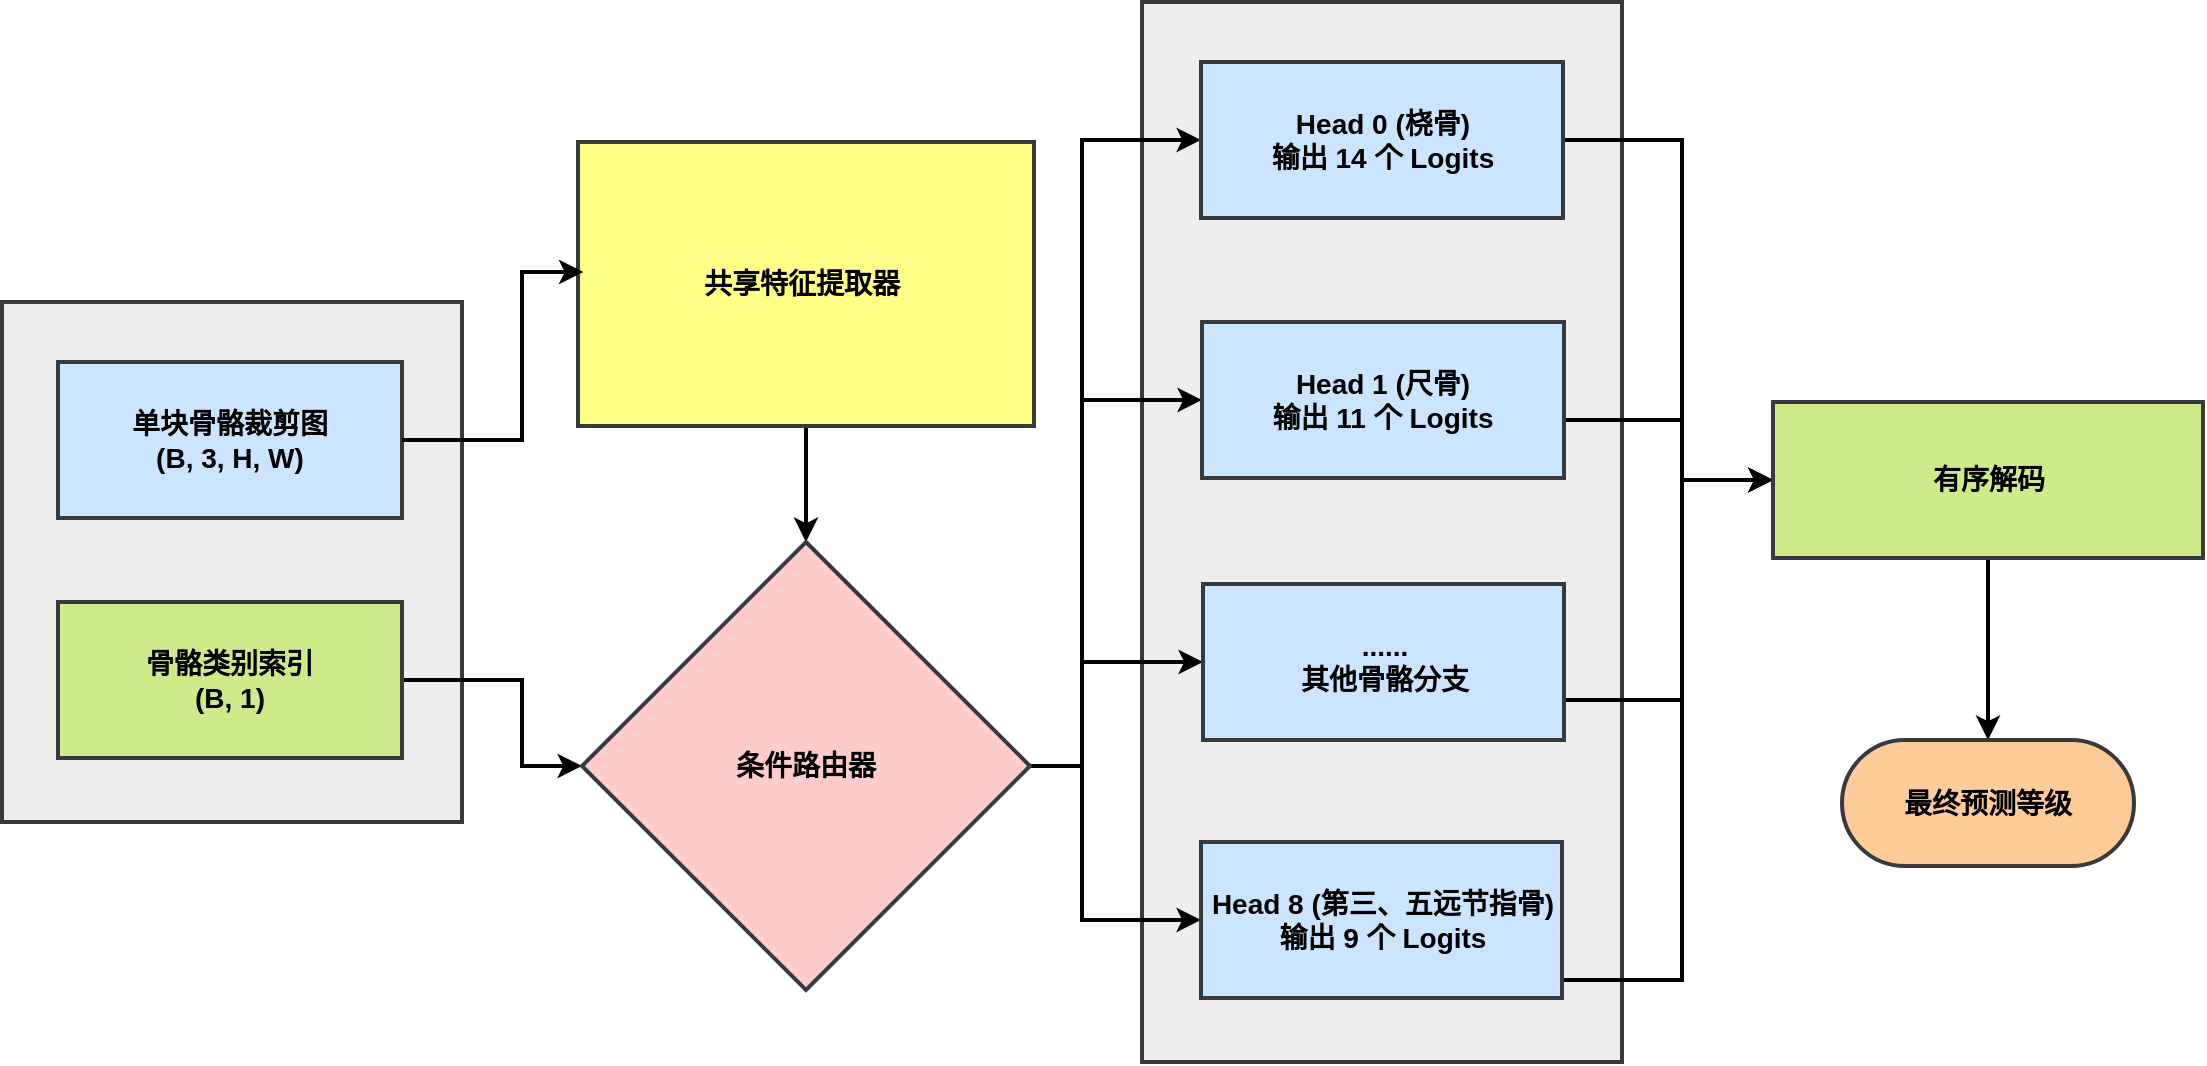
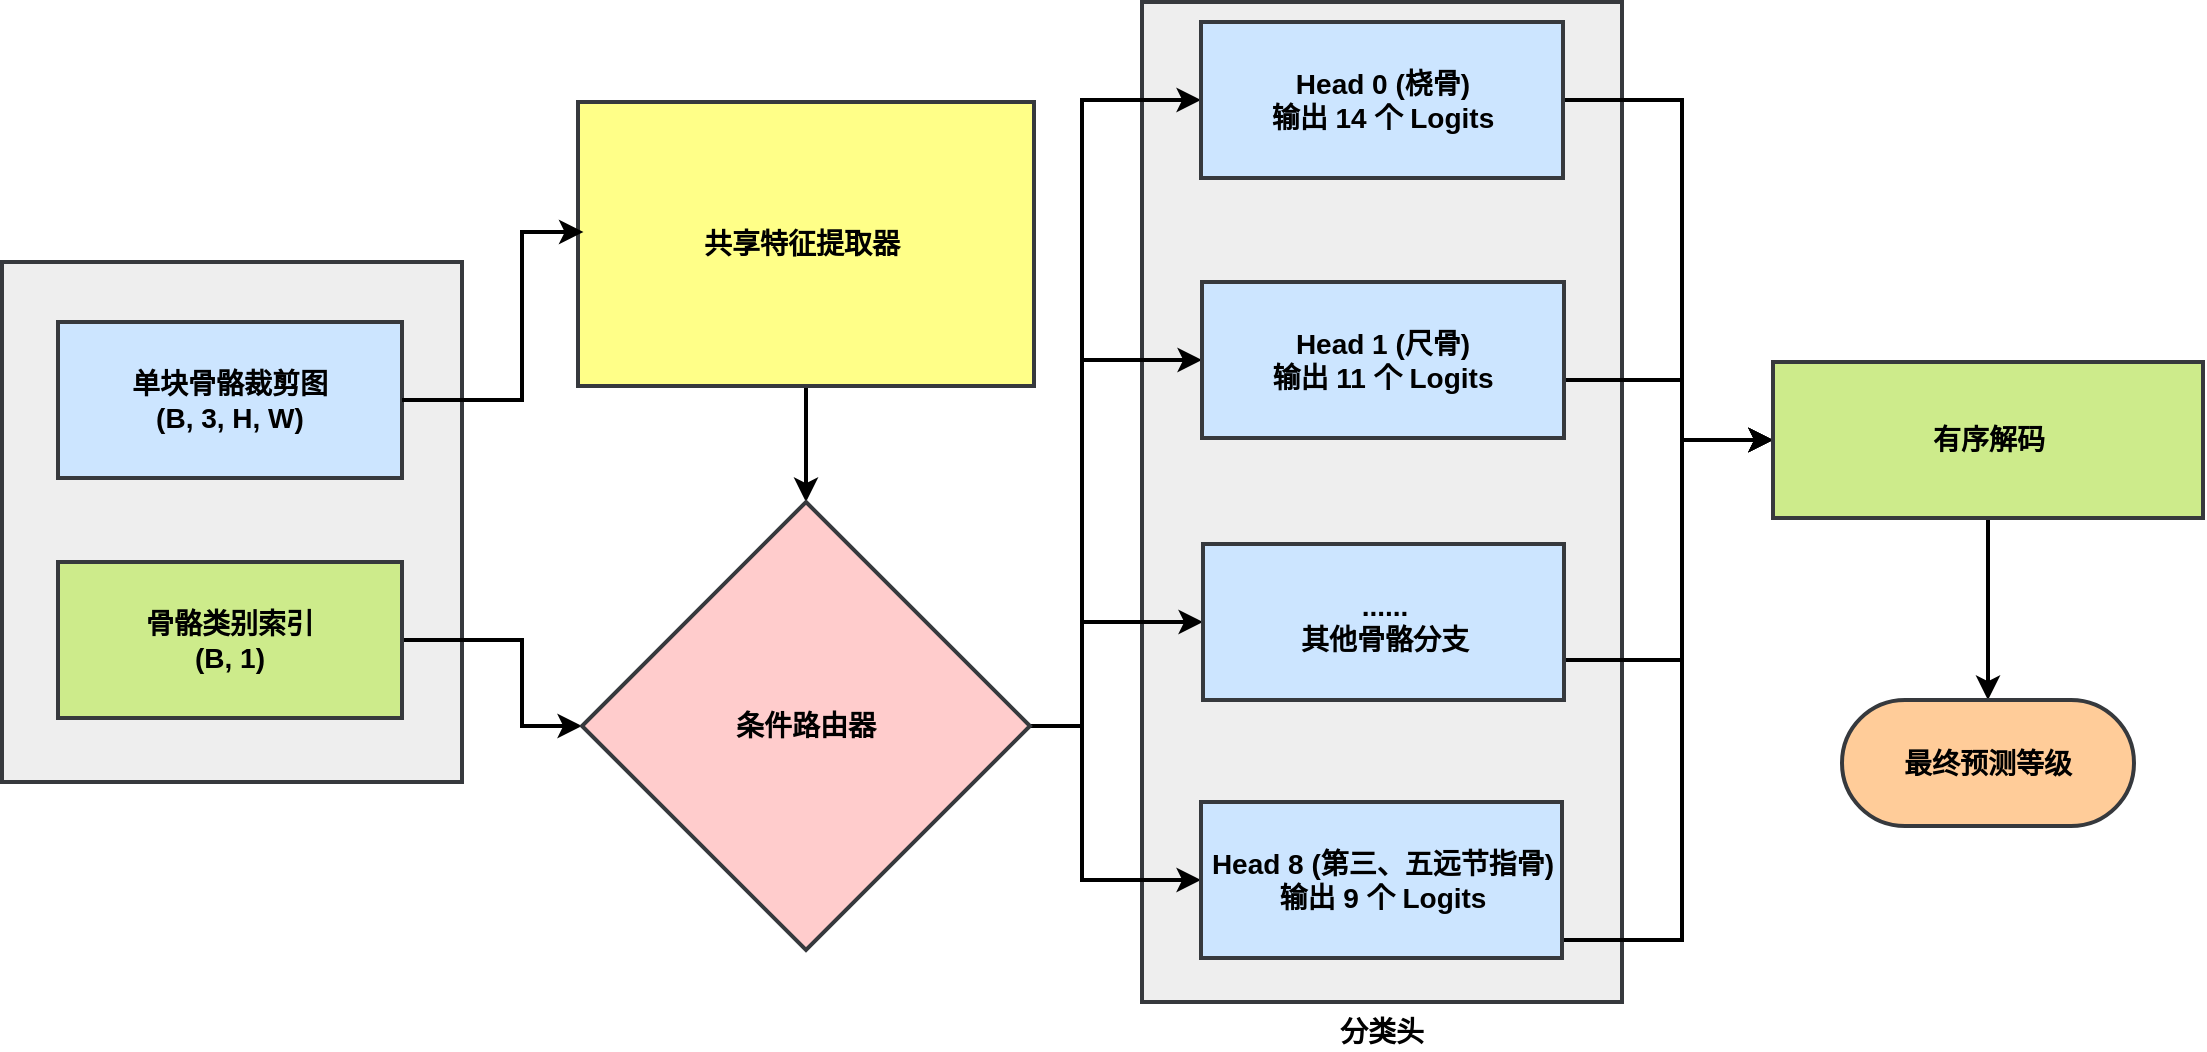
- <mxfile host="app.diagrams.net" agent="Mozilla/5.0 (Windows NT 10.0; Win64; x64) AppleWebKit/537.36 (KHTML, like Gecko) Chrome/145.0.0.0 Safari/537.36 Edg/145.0.0.0" version="29.6.1">
+ <mxfile host="app.diagrams.net" agent="Mozilla/5.0 (Windows NT 10.0; Win64; x64) AppleWebKit/537.36 (KHTML, like Gecko) Chrome/145.0.0.0 Safari/537.36 Edg/145.0.0.0">
  <diagram name="第 1 页" id="wNQ6skVG3uv7TqfgMKrN">
-     <mxGraphModel dx="2020" dy="1148" grid="1" gridSize="10" guides="1" tooltips="1" connect="1" arrows="1" fold="1" page="1" pageScale="1" pageWidth="827" pageHeight="1169" math="0" shadow="0">
+     <mxGraphModel dx="2008" dy="1148" grid="1" gridSize="10" guides="1" tooltips="1" connect="1" arrows="1" fold="1" page="1" pageScale="1" pageWidth="827" pageHeight="1169" math="0" shadow="0">
      <root>
        <mxCell id="0" />
        <mxCell id="1" parent="0" />
-         <mxCell id="AShD6QDHyPjso4tdWyBt-2" parent="1" style="whiteSpace=wrap;strokeWidth=2;fillColor=#eeeeee;strokeColor=#36393d;" value="" vertex="1">
-           <mxGeometry height="530" width="240" x="850" y="800" as="geometry" />
+         <mxCell id="AShD6QDHyPjso4tdWyBt-2" parent="1" style="whiteSpace=wrap;strokeWidth=2;fillColor=#eeeeee;strokeColor=#36393d;fontSize=14;fontStyle=1;labelPosition=center;verticalLabelPosition=bottom;align=center;verticalAlign=top;" value="分类头" vertex="1">
+           <mxGeometry height="500" width="240" x="850" y="820" as="geometry" />
        </mxCell>
        <mxCell id="AShD6QDHyPjso4tdWyBt-3" parent="1" style="whiteSpace=wrap;strokeWidth=2;fillColor=#eeeeee;strokeColor=#36393d;" value="" vertex="1">
          <mxGeometry height="260" width="230" x="280" y="950" as="geometry" />
        </mxCell>
        <mxCell id="AShD6QDHyPjso4tdWyBt-4" parent="1" style="whiteSpace=wrap;strokeWidth=2;fillColor=#cce5ff;strokeColor=#36393d;fontStyle=1;fontSize=14;" value="单块骨骼裁剪图&#xa;(B, 3, H, W)" vertex="1">
          <mxGeometry height="78" width="172" x="308" y="980" as="geometry" />
        </mxCell>
        <mxCell id="AShD6QDHyPjso4tdWyBt-36" edge="1" parent="1" source="AShD6QDHyPjso4tdWyBt-5" style="edgeStyle=orthogonalEdgeStyle;rounded=0;orthogonalLoop=1;jettySize=auto;html=1;entryX=0;entryY=0.5;entryDx=0;entryDy=0;strokeWidth=2;" target="AShD6QDHyPjso4tdWyBt-7">
          <mxGeometry relative="1" as="geometry">
            <Array as="points">
              <mxPoint x="540" y="1139" />
              <mxPoint x="540" y="1182" />
            </Array>
          </mxGeometry>
        </mxCell>
        <mxCell id="AShD6QDHyPjso4tdWyBt-5" parent="1" style="whiteSpace=wrap;strokeWidth=2;fillColor=#cdeb8b;strokeColor=#36393d;fontSize=14;fontStyle=1" value="骨骼类别索引&#xa;(B, 1)" vertex="1">
          <mxGeometry height="78" width="172" x="308" y="1100" as="geometry" />
        </mxCell>
        <mxCell id="AShD6QDHyPjso4tdWyBt-37" edge="1" parent="1" source="AShD6QDHyPjso4tdWyBt-6" style="edgeStyle=orthogonalEdgeStyle;rounded=0;orthogonalLoop=1;jettySize=auto;html=1;exitX=0.5;exitY=1;exitDx=0;exitDy=0;entryX=0.5;entryY=0;entryDx=0;entryDy=0;strokeWidth=2;" target="AShD6QDHyPjso4tdWyBt-7">
          <mxGeometry relative="1" as="geometry" />
        </mxCell>
        <mxCell id="AShD6QDHyPjso4tdWyBt-6" parent="1" style="whiteSpace=wrap;strokeWidth=2;fontStyle=1;fontSize=14;fillColor=#ffff88;strokeColor=#36393d;" value="共享特征提取器 " vertex="1">
          <mxGeometry height="142" width="228" x="568" y="870" as="geometry" />
        </mxCell>
        <mxCell id="AShD6QDHyPjso4tdWyBt-38" edge="1" parent="1" source="AShD6QDHyPjso4tdWyBt-7" style="edgeStyle=orthogonalEdgeStyle;rounded=0;orthogonalLoop=1;jettySize=auto;html=1;exitX=1;exitY=0.5;exitDx=0;exitDy=0;entryX=0;entryY=0.5;entryDx=0;entryDy=0;strokeWidth=2;" target="AShD6QDHyPjso4tdWyBt-8">
          <mxGeometry relative="1" as="geometry">
            <Array as="points">
              <mxPoint x="820" y="1182" />
              <mxPoint x="820" y="869" />
            </Array>
          </mxGeometry>
        </mxCell>
        <mxCell id="AShD6QDHyPjso4tdWyBt-39" edge="1" parent="1" source="AShD6QDHyPjso4tdWyBt-7" style="edgeStyle=orthogonalEdgeStyle;rounded=0;orthogonalLoop=1;jettySize=auto;html=1;exitX=1;exitY=0.5;exitDx=0;exitDy=0;entryX=0;entryY=0.5;entryDx=0;entryDy=0;strokeWidth=2;" target="AShD6QDHyPjso4tdWyBt-9">
          <mxGeometry relative="1" as="geometry">
            <Array as="points">
              <mxPoint x="820" y="1182" />
              <mxPoint x="820" y="999" />
            </Array>
          </mxGeometry>
        </mxCell>
        <mxCell id="AShD6QDHyPjso4tdWyBt-40" edge="1" parent="1" source="AShD6QDHyPjso4tdWyBt-7" style="edgeStyle=orthogonalEdgeStyle;rounded=0;orthogonalLoop=1;jettySize=auto;html=1;exitX=1;exitY=0.5;exitDx=0;exitDy=0;entryX=0;entryY=0.5;entryDx=0;entryDy=0;strokeWidth=2;" target="AShD6QDHyPjso4tdWyBt-10">
          <mxGeometry relative="1" as="geometry">
            <Array as="points">
              <mxPoint x="820" y="1182" />
              <mxPoint x="820" y="1130" />
            </Array>
          </mxGeometry>
        </mxCell>
        <mxCell id="AShD6QDHyPjso4tdWyBt-41" edge="1" parent="1" source="AShD6QDHyPjso4tdWyBt-7" style="edgeStyle=orthogonalEdgeStyle;rounded=0;orthogonalLoop=1;jettySize=auto;html=1;exitX=1;exitY=0.5;exitDx=0;exitDy=0;entryX=0;entryY=0.5;entryDx=0;entryDy=0;strokeWidth=2;" target="AShD6QDHyPjso4tdWyBt-11">
          <mxGeometry relative="1" as="geometry">
            <Array as="points">
              <mxPoint x="820" y="1182" />
              <mxPoint x="820" y="1259" />
            </Array>
          </mxGeometry>
        </mxCell>
        <mxCell id="AShD6QDHyPjso4tdWyBt-7" parent="1" style="rhombus;strokeWidth=2;whiteSpace=wrap;fontStyle=1;fontSize=14;fillColor=#ffcccc;strokeColor=#36393d;" value="条件路由器" vertex="1">
          <mxGeometry height="224" width="224" x="570" y="1070" as="geometry" />
        </mxCell>
        <mxCell id="AShD6QDHyPjso4tdWyBt-26" edge="1" parent="1" source="AShD6QDHyPjso4tdWyBt-8" style="edgeStyle=orthogonalEdgeStyle;rounded=0;orthogonalLoop=1;jettySize=auto;html=1;entryX=0;entryY=0.5;entryDx=0;entryDy=0;strokeWidth=2;" target="AShD6QDHyPjso4tdWyBt-12">
          <mxGeometry relative="1" as="geometry">
            <Array as="points">
              <mxPoint x="1120" y="869" />
              <mxPoint x="1120" y="1039" />
            </Array>
          </mxGeometry>
        </mxCell>
        <mxCell id="AShD6QDHyPjso4tdWyBt-8" parent="1" style="whiteSpace=wrap;strokeWidth=2;fontStyle=1;fontSize=14;fillColor=#cce5ff;strokeColor=#36393d;" value="Head 0 (桡骨)&#xa;输出 14 个 Logits" vertex="1">
          <mxGeometry height="78" width="181" x="879.5" y="830" as="geometry" />
        </mxCell>
        <mxCell id="AShD6QDHyPjso4tdWyBt-27" edge="1" parent="1" source="AShD6QDHyPjso4tdWyBt-9" style="edgeStyle=orthogonalEdgeStyle;rounded=0;orthogonalLoop=1;jettySize=auto;html=1;entryX=0;entryY=0.5;entryDx=0;entryDy=0;strokeWidth=2;" target="AShD6QDHyPjso4tdWyBt-12">
          <mxGeometry relative="1" as="geometry">
            <Array as="points">
              <mxPoint x="1120" y="1009" />
              <mxPoint x="1120" y="1039" />
            </Array>
          </mxGeometry>
        </mxCell>
        <mxCell id="AShD6QDHyPjso4tdWyBt-9" parent="1" style="whiteSpace=wrap;strokeWidth=2;fontStyle=1;fontSize=14;fillColor=#cce5ff;strokeColor=#36393d;" value="Head 1 (尺骨)&#xa;输出 11 个 Logits" vertex="1">
          <mxGeometry height="78" width="181" x="880" y="960" as="geometry" />
        </mxCell>
        <mxCell id="AShD6QDHyPjso4tdWyBt-31" edge="1" parent="1" source="AShD6QDHyPjso4tdWyBt-10" style="edgeStyle=orthogonalEdgeStyle;rounded=0;orthogonalLoop=1;jettySize=auto;html=1;exitX=1;exitY=0.5;exitDx=0;exitDy=0;entryX=0;entryY=0.5;entryDx=0;entryDy=0;strokeWidth=2;" target="AShD6QDHyPjso4tdWyBt-12">
          <mxGeometry relative="1" as="geometry">
            <Array as="points">
              <mxPoint x="1120" y="1149" />
              <mxPoint x="1120" y="1039" />
            </Array>
          </mxGeometry>
        </mxCell>
        <mxCell id="AShD6QDHyPjso4tdWyBt-10" parent="1" style="whiteSpace=wrap;strokeWidth=2;fontStyle=1;fontSize=14;fillColor=#cce5ff;strokeColor=#36393d;" value="......&#xa;其他骨骼分支" vertex="1">
          <mxGeometry height="78" width="180.5" x="880.5" y="1091" as="geometry" />
        </mxCell>
        <mxCell id="AShD6QDHyPjso4tdWyBt-34" edge="1" parent="1" source="AShD6QDHyPjso4tdWyBt-11" style="edgeStyle=orthogonalEdgeStyle;rounded=0;orthogonalLoop=1;jettySize=auto;html=1;exitX=1;exitY=0.5;exitDx=0;exitDy=0;entryX=0;entryY=0.5;entryDx=0;entryDy=0;strokeWidth=2;" target="AShD6QDHyPjso4tdWyBt-12">
          <mxGeometry relative="1" as="geometry">
            <Array as="points">
              <mxPoint x="1120" y="1289" />
              <mxPoint x="1120" y="1039" />
            </Array>
          </mxGeometry>
        </mxCell>
        <mxCell id="AShD6QDHyPjso4tdWyBt-11" parent="1" style="whiteSpace=wrap;strokeWidth=2;fontStyle=1;fontSize=14;fillColor=#cce5ff;strokeColor=#36393d;" value="Head 8 (第三、五远节指骨)&#xa;输出 9 个 Logits" vertex="1">
          <mxGeometry height="78" width="180.5" x="879.5" y="1220" as="geometry" />
        </mxCell>
        <mxCell id="AShD6QDHyPjso4tdWyBt-25" edge="1" parent="1" source="AShD6QDHyPjso4tdWyBt-12" style="edgeStyle=orthogonalEdgeStyle;rounded=0;orthogonalLoop=1;jettySize=auto;html=1;exitX=0.5;exitY=1;exitDx=0;exitDy=0;strokeWidth=2;" target="AShD6QDHyPjso4tdWyBt-13">
          <mxGeometry relative="1" as="geometry" />
        </mxCell>
        <mxCell id="AShD6QDHyPjso4tdWyBt-12" parent="1" style="whiteSpace=wrap;strokeWidth=2;fontStyle=1;fontSize=14;fillColor=#cdeb8b;strokeColor=#36393d;" value="有序解码" vertex="1">
          <mxGeometry height="78" width="215" x="1165.5" y="1000" as="geometry" />
        </mxCell>
        <mxCell id="AShD6QDHyPjso4tdWyBt-13" parent="1" style="rounded=1;whiteSpace=wrap;arcSize=50;strokeWidth=2;fontStyle=1;fontSize=14;fillColor=#ffcc99;strokeColor=#36393d;" value="最终预测等级" vertex="1">
          <mxGeometry height="63" width="146" x="1200" y="1169" as="geometry" />
        </mxCell>
        <mxCell id="AShD6QDHyPjso4tdWyBt-35" edge="1" parent="1" source="AShD6QDHyPjso4tdWyBt-4" style="edgeStyle=orthogonalEdgeStyle;rounded=0;orthogonalLoop=1;jettySize=auto;html=1;exitX=1;exitY=0.5;exitDx=0;exitDy=0;entryX=0.012;entryY=0.458;entryDx=0;entryDy=0;entryPerimeter=0;strokeWidth=2;" target="AShD6QDHyPjso4tdWyBt-6">
          <mxGeometry relative="1" as="geometry">
            <Array as="points">
              <mxPoint x="540" y="1019" />
              <mxPoint x="540" y="935" />
            </Array>
          </mxGeometry>
        </mxCell>
      </root>
    </mxGraphModel>
  </diagram>
</mxfile>
